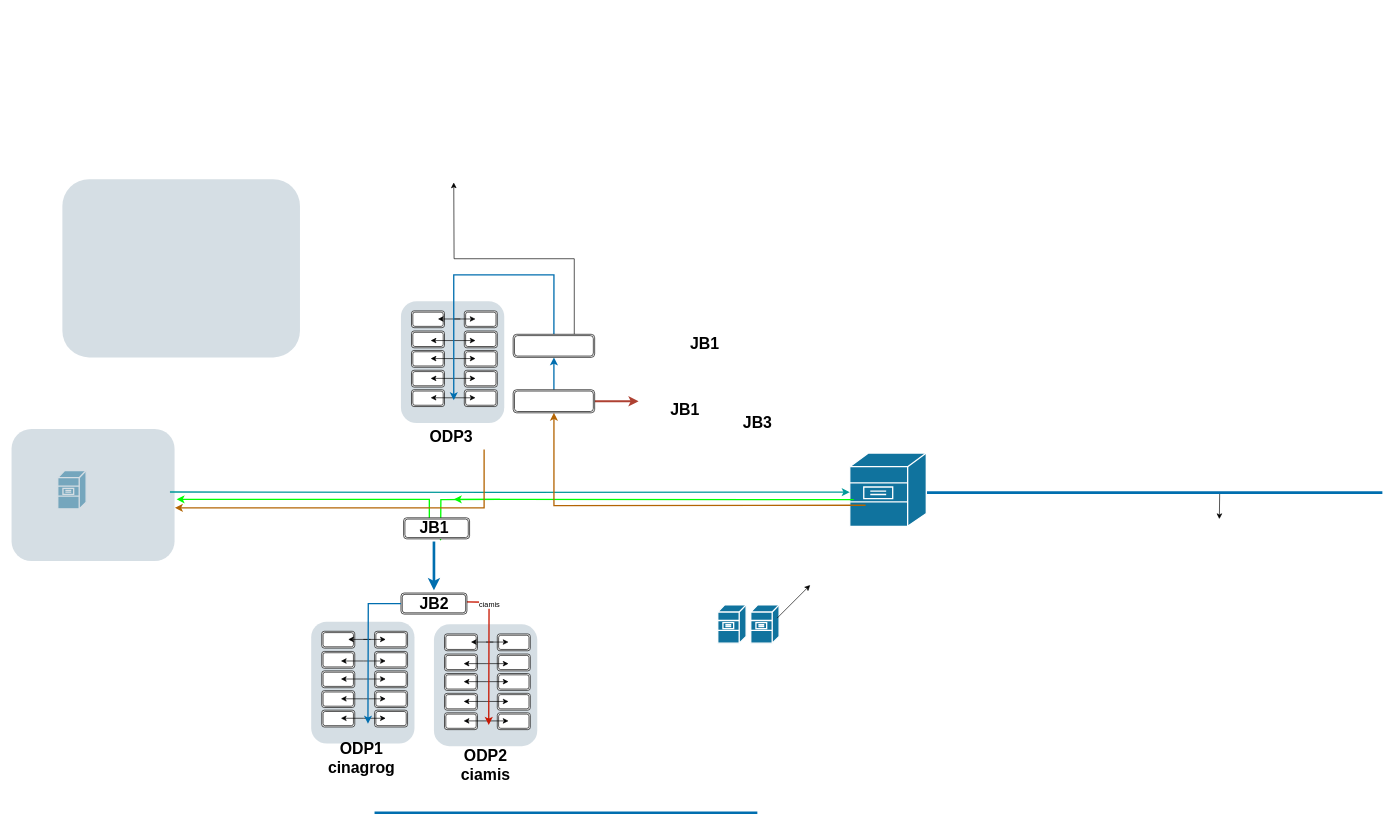
The draw.io diagram odpcms/Diagram Tanpa Judul.drawio in nanaperm12/mapping-odp, before the edit. Source tidied: cells renumbered, new cells numbered last; positions are measured from the earlier drawing's top-left corner, leaving out a move shared by most shapes. Both pictures are drawn from the tidied source at 66%, with x=0, y=0 at pixel (11, 179).
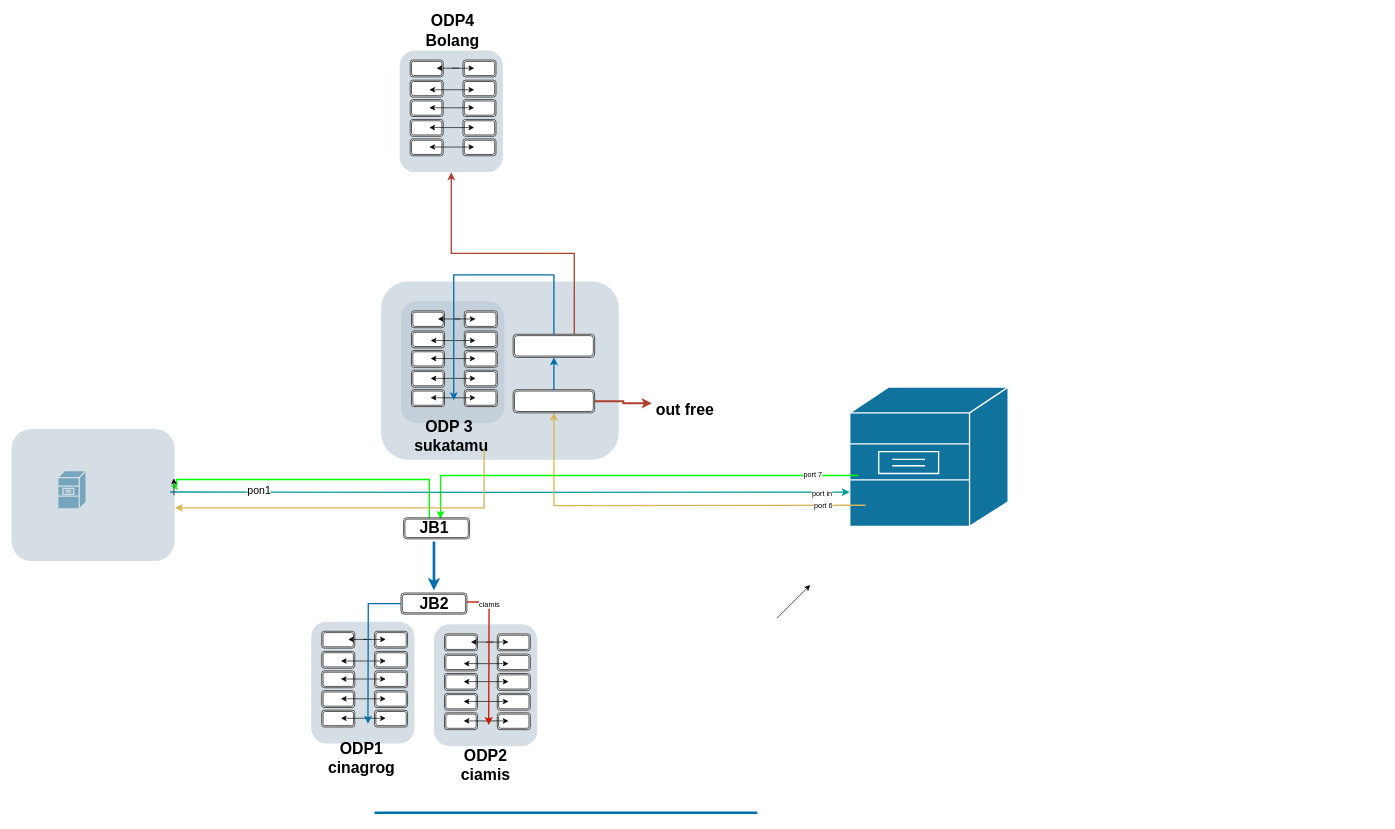
Above is the later version.

Unchanged cells that the change refers to:
```xml
<mxCell id="60" style="rounded=1;whiteSpace=wrap;html=1;strokeColor=none;fillColor=#BAC8D3;fontSize=24;fontColor=#23445D;align=center;opacity=60;" parent="1" vertex="1">
  <mxGeometry y="378.5" width="247" height="200" as="geometry" />
</mxCell>
<mxCell id="61" style="edgeStyle=orthogonalEdgeStyle;rounded=0;orthogonalLoop=1;jettySize=auto;html=1;fillColor=#008a00;strokeColor=#009999;strokeWidth=2;" parent="1" edge="1">
  <mxGeometry relative="1" as="geometry">
    <mxPoint x="240" y="474" as="sourcePoint" />
    <mxPoint x="1270" y="474.2" as="targetPoint" />
  </mxGeometry>
</mxCell>
<mxCell id="97" style="shape=ext;double=1;rounded=1;whiteSpace=wrap;html=1;" parent="1" vertex="1">
  <mxGeometry x="760" y="319" width="123.5" height="35" as="geometry" />
</mxCell>
<mxCell id="101" style="shape=ext;double=1;rounded=1;whiteSpace=wrap;html=1;" parent="1" vertex="1">
  <mxGeometry x="760" y="235" width="123.5" height="35" as="geometry" />
</mxCell>
```

What changed in the source:
```diff
@@
     <mxCell id="2" style="rounded=1;whiteSpace=wrap;html=1;strokeColor=none;fillColor=#BAC8D3;fontSize=24;fontColor=#23445D;align=center;opacity=60;" parent="1" vertex="1">
-      <mxGeometry x="77" width="360" height="270" as="geometry" />
+      <mxGeometry x="560" y="155" width="360" height="270" as="geometry" />
     </mxCell>
@@
-    <mxCell id="5" style="edgeStyle=orthogonalEdgeStyle;rounded=0;orthogonalLoop=1;jettySize=auto;html=1;" parent="1" edge="1">
-      <mxGeometry relative="1" as="geometry">
-        <mxPoint x="1270" y="475" as="sourcePoint" />
-        <mxPoint x="1830" y="515" as="targetPoint" />
-      </mxGeometry>
-    </mxCell>
-    <mxCell id="6" style="line;html=1;strokeColor=#006EAF;fillColor=#1ba1e2;fontColor=#ffffff;" parent="1" vertex="1">
-      <mxGeometry x="1340" y="470" width="737" height="10" as="geometry" />
-    </mxCell>
     <mxCell id="7" style="shape=mxgraph.cisco.servers.file_server;html=1;dashed=0;fillColor=#10739E;strokeColor=#ffffff;strokeWidth=2;verticalLabelPosition=bottom;verticalAlign=top;fontFamily=Helvetica;fontSize=36;fontColor=#FFB366;" parent="1" vertex="1">
-      <mxGeometry x="1270" y="415" width="116" height="111" as="geometry" />
+      <mxGeometry x="1270" y="315" width="240" height="211" as="geometry" />
     </mxCell>
-    <mxCell id="8" style="shape=mxgraph.cisco.servers.file_server;html=1;dashed=0;fillColor=#10739E;strokeColor=#ffffff;strokeWidth=2;verticalLabelPosition=bottom;verticalAlign=top;fontFamily=Helvetica;fontSize=36;fontColor=#FFB366;" parent="1" vertex="1">
-      <mxGeometry x="1120" y="645" width="43" height="58" as="geometry" />
-    </mxCell>
-    <mxCell id="9" style="edgeStyle=orthogonalEdgeStyle;rounded=0;orthogonalLoop=1;jettySize=auto;html=1;fillColor=#008a00;strokeColor=#00FF00;strokeWidth=2;" parent="1" edge="1">
-      <mxGeometry relative="1" as="geometry">
-        <mxPoint x="740" y="485" as="sourcePoint" />
-        <mxPoint x="650" y="548" as="targetPoint" />
-      </mxGeometry>
-    </mxCell>
@@
-    <mxCell id="11" style="shape=mxgraph.cisco.servers.file_server;html=1;dashed=0;fillColor=#10739E;strokeColor=#ffffff;strokeWidth=2;verticalLabelPosition=bottom;verticalAlign=top;fontFamily=Helvetica;fontSize=36;fontColor=#FFB366;" parent="1" vertex="1">
-      <mxGeometry x="1070" y="645" width="43" height="58" as="geometry" />
-    </mxCell>
@@
     <mxCell id="13" style="edgeStyle=orthogonalEdgeStyle;rounded=0;orthogonalLoop=1;jettySize=auto;html=1;fillColor=#008a00;strokeColor=#00FF00;strokeWidth=2;" parent="1" edge="1">
       <mxGeometry relative="1" as="geometry">
         <mxPoint x="633" y="525" as="sourcePoint" />
-        <mxPoint x="250" y="485" as="targetPoint" />
+        <mxPoint x="240" y="465" as="targetPoint" />
         <Array as="points">
-          <mxPoint x="633" y="485" />
+          <mxPoint x="633" y="455" />
+          <mxPoint x="250" y="455" />
         </Array>
       </mxGeometry>
     </mxCell>
@@
     <mxCell id="59" style="edgeStyle=orthogonalEdgeStyle;rounded=0;jettySize=auto;html=1;exitX=0.052;exitY=0.635;exitDx=0;exitDy=0;exitPerimeter=0;fillColor=#008a00;strokeColor=#00FF00;strokeWidth=2;" parent="1" edge="1" source="7">
       <mxGeometry relative="1" as="geometry">
-        <mxPoint x="670" y="485" as="targetPoint" />
+        <mxPoint x="650" y="515" as="targetPoint" />
+        <Array as="points">
+          <mxPoint x="650" y="449" />
+        </Array>
       </mxGeometry>
     </mxCell>
+    <mxCell id="102" value="port 7" style="edgeLabel;html=1;align=center;verticalAlign=middle;" parent="59" vertex="1">
+      <mxGeometry x="-0.8" y="-1" relative="1" as="geometry">
+        <mxPoint x="1" as="offset" />
+      </mxGeometry>
+    </mxCell>
@@
+    <mxCell id="103" value="&lt;font style=&quot;font-size: 16px;&quot;&gt;pon1&lt;/font&gt;" style="edgeLabel;html=1;align=center;verticalAlign=middle;" parent="61" vertex="1">
+      <mxGeometry x="-0.74" y="4" relative="1" as="geometry" />
+    </mxCell>
+    <mxCell id="104" value="port in" style="edgeLabel;html=1;align=center;verticalAlign=middle;" parent="61" vertex="1">
+      <mxGeometry x="0.92" y="-1" relative="1" as="geometry">
+        <mxPoint x="-1" as="offset" />
+      </mxGeometry>
+    </mxCell>
-    <mxCell id="62" style="edgeStyle=orthogonalEdgeStyle;rounded=0;jettySize=auto;html=1;exitX=0.052;exitY=0.635;exitDx=0;exitDy=0;exitPerimeter=0;fillColor=#fad7ac;strokeColor=#b46504;strokeWidth=2;" parent="1" edge="1" target="97">
+    <mxCell id="62" style="edgeStyle=orthogonalEdgeStyle;rounded=0;jettySize=auto;html=1;exitX=0.052;exitY=0.635;exitDx=0;exitDy=0;exitPerimeter=0;fillColor=#fff2cc;strokeColor=#d6b656;strokeWidth=2;gradientColor=#ffd966;" parent="1" edge="1" target="97">
       <mxGeometry relative="1" as="geometry">
         <mxPoint x="1294" y="494" as="sourcePoint" />
       </mxGeometry>
     </mxCell>
+    <mxCell id="105" value="port 6" style="edgeLabel;html=1;align=center;verticalAlign=middle;" parent="62" vertex="1">
+      <mxGeometry x="-0.79" y="-1" relative="1" as="geometry" />
+    </mxCell>
@@
-    <mxCell id="84" value="ODP3" style="text;strokeColor=none;fillColor=none;html=1;fontSize=24;fontStyle=1;verticalAlign=middle;align=center;" parent="1" vertex="1">
+    <mxCell id="84" value="ODP 3&amp;nbsp;&lt;br&gt;sukatamu" style="text;strokeColor=none;fillColor=none;html=1;fontSize=24;fontStyle=1;verticalAlign=middle;align=center;" parent="1" vertex="1">
       <mxGeometry x="616" y="369.5" width="100" height="40" as="geometry" />
     </mxCell>
@@
-    <mxCell id="92" value="JB3" style="text;strokeColor=none;fillColor=none;html=1;fontSize=24;fontStyle=1;verticalAlign=middle;align=center;" parent="1" vertex="1">
-      <mxGeometry x="1080" y="348.5" width="100" height="40" as="geometry" />
-    </mxCell>
-    <mxCell id="93" value="JB1&lt;br&gt;" style="text;strokeColor=none;fillColor=none;html=1;fontSize=24;fontStyle=1;verticalAlign=middle;align=center;" parent="1" vertex="1">
-      <mxGeometry x="1000" y="230" width="100" height="40" as="geometry" />
-    </mxCell>
-    <mxCell id="94" value="JB1&lt;br&gt;" style="text;strokeColor=none;fillColor=none;html=1;fontSize=24;fontStyle=1;verticalAlign=middle;align=center;" parent="1" vertex="1">
+    <mxCell id="94" value="out free&lt;br&gt;" style="text;strokeColor=none;fillColor=none;html=1;fontSize=24;fontStyle=1;verticalAlign=middle;align=center;" parent="1" vertex="1">
       <mxGeometry x="970" y="329.5" width="100" height="40" as="geometry" />
     </mxCell>
-    <mxCell id="95" style="edgeStyle=orthogonalEdgeStyle;rounded=0;jettySize=auto;html=1;exitX=1;exitY=0.5;exitDx=0;exitDy=0;fillColor=#fad9d5;strokeColor=#ae4132;strokeWidth=3;" parent="1" edge="1" source="97">
-      <mxGeometry relative="1" as="geometry">
-        <mxPoint x="950" y="336.5" as="targetPoint" />
-      </mxGeometry>
+    <mxCell id="95" style="edgeStyle=orthogonalEdgeStyle;rounded=0;jettySize=auto;html=1;exitX=1;exitY=0.5;exitDx=0;exitDy=0;fillColor=#fad9d5;strokeColor=#ae4132;strokeWidth=3;entryX=0;entryY=0.25;entryDx=0;entryDy=0;" parent="1" edge="1" source="97" target="94">
+      <mxGeometry relative="1" as="geometry" />
     </mxCell>
@@
-    <mxCell id="98" style="edgeStyle=orthogonalEdgeStyle;rounded=0;jettySize=auto;html=1;exitX=1;exitY=1;exitDx=0;exitDy=0;fillColor=#fad7ac;strokeColor=#b46504;strokeWidth=2;entryX=1.002;entryY=0.597;entryDx=0;entryDy=0;entryPerimeter=0;" parent="1" edge="1" source="84" target="60">
+    <mxCell id="98" style="edgeStyle=orthogonalEdgeStyle;rounded=0;jettySize=auto;html=1;exitX=1;exitY=1;exitDx=0;exitDy=0;fillColor=#fff2cc;strokeColor=#d6b656;strokeWidth=2;entryX=1.002;entryY=0.597;entryDx=0;entryDy=0;entryPerimeter=0;gradientColor=#ffd966;" parent="1" edge="1" source="84" target="60">
       <mxGeometry relative="1" as="geometry" />
     </mxCell>
@@
-    <mxCell id="100" style="edgeStyle=orthogonalEdgeStyle;rounded=0;jettySize=auto;html=1;exitX=0.75;exitY=0;exitDx=0;exitDy=0;" parent="1" edge="1" source="101">
-      <mxGeometry relative="1" as="geometry">
-        <mxPoint x="670" y="5" as="targetPoint" />
-      </mxGeometry>
+    <mxCell id="100" style="edgeStyle=orthogonalEdgeStyle;rounded=0;jettySize=auto;html=1;exitX=0.75;exitY=0;exitDx=0;exitDy=0;fillColor=#fad9d5;strokeColor=#ae4132;strokeWidth=2;" parent="1" edge="1" source="101" target="106">
+      <mxGeometry relative="1" as="geometry" />
     </mxCell>
@@
+    <mxCell id="106" style="rounded=1;whiteSpace=wrap;html=1;strokeColor=none;fillColor=#BAC8D3;fontSize=24;fontColor=#23445D;align=center;opacity=60;" parent="1" vertex="1">
+      <mxGeometry x="588" y="-195" width="156.5" height="184.5" as="geometry" />
+    </mxCell>
+    <mxCell id="107" style="shape=ext;double=1;rounded=1;whiteSpace=wrap;html=1;" parent="1" vertex="1">
+      <mxGeometry x="684" y="-61" width="50" height="25.5" as="geometry" />
+    </mxCell>
+    <mxCell id="108" style="shape=ext;double=1;rounded=1;whiteSpace=wrap;html=1;" parent="1" vertex="1">
+      <mxGeometry x="684" y="-180.5" width="50" height="25.5" as="geometry" />
+    </mxCell>
+    <mxCell id="109" style="shape=ext;double=1;rounded=1;whiteSpace=wrap;html=1;" parent="1" vertex="1">
+      <mxGeometry x="684" y="-150" width="50" height="25.5" as="geometry" />
+    </mxCell>
+    <mxCell id="110" style="shape=ext;double=1;rounded=1;whiteSpace=wrap;html=1;" parent="1" vertex="1">
+      <mxGeometry x="684" y="-120.5" width="50" height="25.5" as="geometry" />
+    </mxCell>
+    <mxCell id="111" style="shape=ext;double=1;rounded=1;whiteSpace=wrap;html=1;" parent="1" vertex="1">
+      <mxGeometry x="684" y="-90.5" width="50" height="25.5" as="geometry" />
+    </mxCell>
+    <mxCell id="112" style="shape=ext;double=1;rounded=1;whiteSpace=wrap;html=1;" parent="1" vertex="1">
+      <mxGeometry x="604" y="-61" width="50" height="25.5" as="geometry" />
+    </mxCell>
+    <mxCell id="113" style="shape=ext;double=1;rounded=1;whiteSpace=wrap;html=1;" parent="1" vertex="1">
+      <mxGeometry x="604" y="-180.5" width="50" height="25.5" as="geometry" />
+    </mxCell>
+    <mxCell id="114" style="shape=ext;double=1;rounded=1;whiteSpace=wrap;html=1;" parent="1" vertex="1">
+      <mxGeometry x="604" y="-150" width="50" height="25.5" as="geometry" />
+    </mxCell>
+    <mxCell id="115" style="shape=ext;double=1;rounded=1;whiteSpace=wrap;html=1;" parent="1" vertex="1">
+      <mxGeometry x="604" y="-120.5" width="50" height="25.5" as="geometry" />
+    </mxCell>
+    <mxCell id="116" style="shape=ext;double=1;rounded=1;whiteSpace=wrap;html=1;" parent="1" vertex="1">
+      <mxGeometry x="604" y="-90.5" width="50" height="25.5" as="geometry" />
+    </mxCell>
+    <mxCell id="117" style="endArrow=classic;html=1;rounded=0;" parent="1" edge="1">
+      <mxGeometry relative="1" as="geometry">
+        <mxPoint x="667" y="-135.5" as="sourcePoint" />
+        <mxPoint x="701" y="-135.5" as="targetPoint" />
+      </mxGeometry>
+    </mxCell>
+    <mxCell id="118" style="endArrow=classic;html=1;rounded=0;" parent="1" edge="1">
+      <mxGeometry relative="1" as="geometry">
+        <mxPoint x="667" y="-48.7" as="sourcePoint" />
+        <mxPoint x="701" y="-48.7" as="targetPoint" />
+      </mxGeometry>
+    </mxCell>
+    <mxCell id="119" style="endArrow=classic;html=1;rounded=0;" parent="1" edge="1">
+      <mxGeometry relative="1" as="geometry">
+        <mxPoint x="667" y="-78.2" as="sourcePoint" />
+        <mxPoint x="701" y="-78.2" as="targetPoint" />
+      </mxGeometry>
+    </mxCell>
+    <mxCell id="120" style="endArrow=classic;html=1;rounded=0;" parent="1" edge="1">
+      <mxGeometry relative="1" as="geometry">
+        <mxPoint x="667" y="-108.2" as="sourcePoint" />
+        <mxPoint x="701" y="-108.2" as="targetPoint" />
+      </mxGeometry>
+    </mxCell>
+    <mxCell id="121" style="endArrow=classic;html=1;rounded=0;" parent="1" edge="1">
+      <mxGeometry relative="1" as="geometry">
+        <mxPoint x="678" y="-168.2" as="sourcePoint" />
+        <mxPoint x="644" y="-168.2" as="targetPoint" />
+      </mxGeometry>
+    </mxCell>
+    <mxCell id="122" style="endArrow=classic;html=1;rounded=0;" parent="1" edge="1">
+      <mxGeometry relative="1" as="geometry">
+        <mxPoint x="667" y="-135.5" as="sourcePoint" />
+        <mxPoint x="633" y="-135.5" as="targetPoint" />
+      </mxGeometry>
+    </mxCell>
+    <mxCell id="123" style="endArrow=classic;html=1;rounded=0;" parent="1" edge="1">
+      <mxGeometry relative="1" as="geometry">
+        <mxPoint x="667" y="-108.2" as="sourcePoint" />
+        <mxPoint x="633" y="-108.2" as="targetPoint" />
+      </mxGeometry>
+    </mxCell>
+    <mxCell id="124" style="endArrow=classic;html=1;rounded=0;" parent="1" edge="1">
+      <mxGeometry relative="1" as="geometry">
+        <mxPoint x="667" y="-78.2" as="sourcePoint" />
+        <mxPoint x="633" y="-78.2" as="targetPoint" />
+      </mxGeometry>
+    </mxCell>
+    <mxCell id="125" style="endArrow=classic;html=1;rounded=0;" parent="1" edge="1">
+      <mxGeometry relative="1" as="geometry">
+        <mxPoint x="667" y="-48.7" as="sourcePoint" />
+        <mxPoint x="633" y="-48.7" as="targetPoint" />
+      </mxGeometry>
+    </mxCell>
+    <mxCell id="126" style="endArrow=classic;html=1;rounded=0;" parent="1" edge="1">
+      <mxGeometry relative="1" as="geometry">
+        <mxPoint x="667" y="-168.2" as="sourcePoint" />
+        <mxPoint x="701" y="-168.2" as="targetPoint" />
+      </mxGeometry>
+    </mxCell>
+    <mxCell id="127" value="ODP4 &lt;br&gt;Bolang" style="text;strokeColor=none;fillColor=none;html=1;fontSize=24;fontStyle=1;verticalAlign=middle;align=center;" parent="1" vertex="1">
+      <mxGeometry x="618.2" y="-245" width="100" height="40" as="geometry" />
+    </mxCell>
+    <mxCell id="128" style="edgeStyle=orthogonalEdgeStyle;rounded=0;orthogonalLoop=1;jettySize=auto;html=1;exitX=1;exitY=0.5;exitDx=0;exitDy=0;entryX=0.996;entryY=0.374;entryDx=0;entryDy=0;entryPerimeter=0;" parent="1" edge="1" source="60" target="60">
+      <mxGeometry relative="1" as="geometry" />
+    </mxCell>
```
